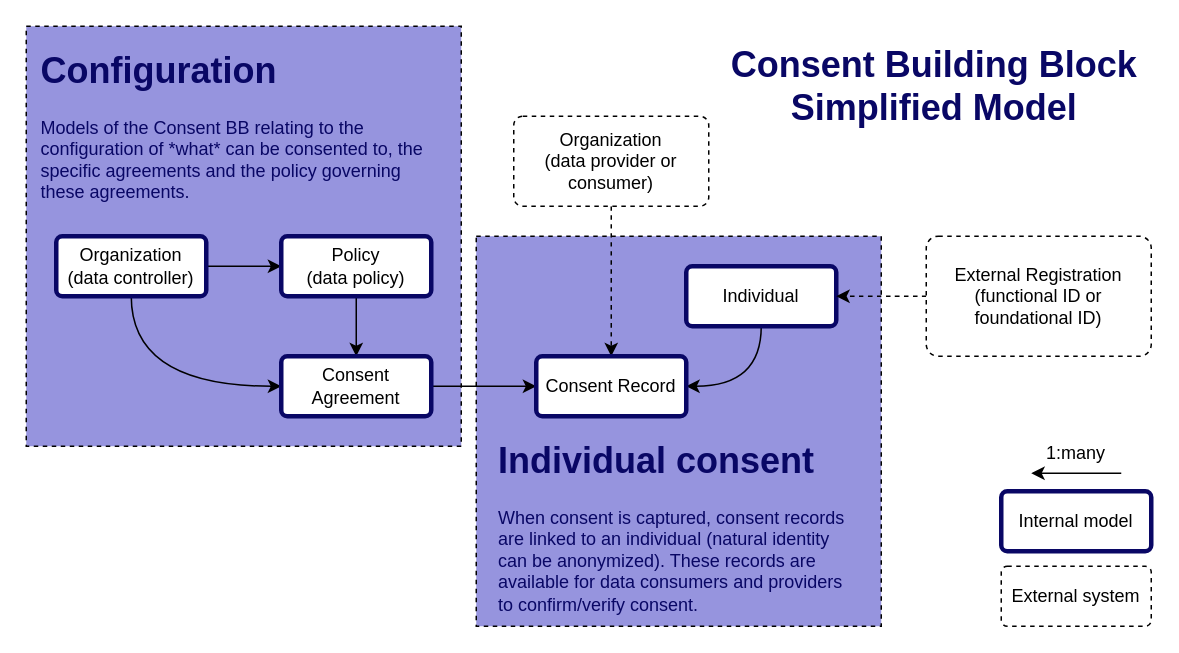
GovStackWorkingGroup/bb-consent keeps this draw.io diagram as spec/diagrams/simplified-resource-relationship-model.drawio. Above is the earlier version. Source tidied: cells renumbered, new cells numbered last; positions are measured from the earlier drawing's top-left corner, leaving out a move shared by most shapes. Both pictures are drawn from the tidied source at 150%, with x=0, y=0 at pixel (26, 26).
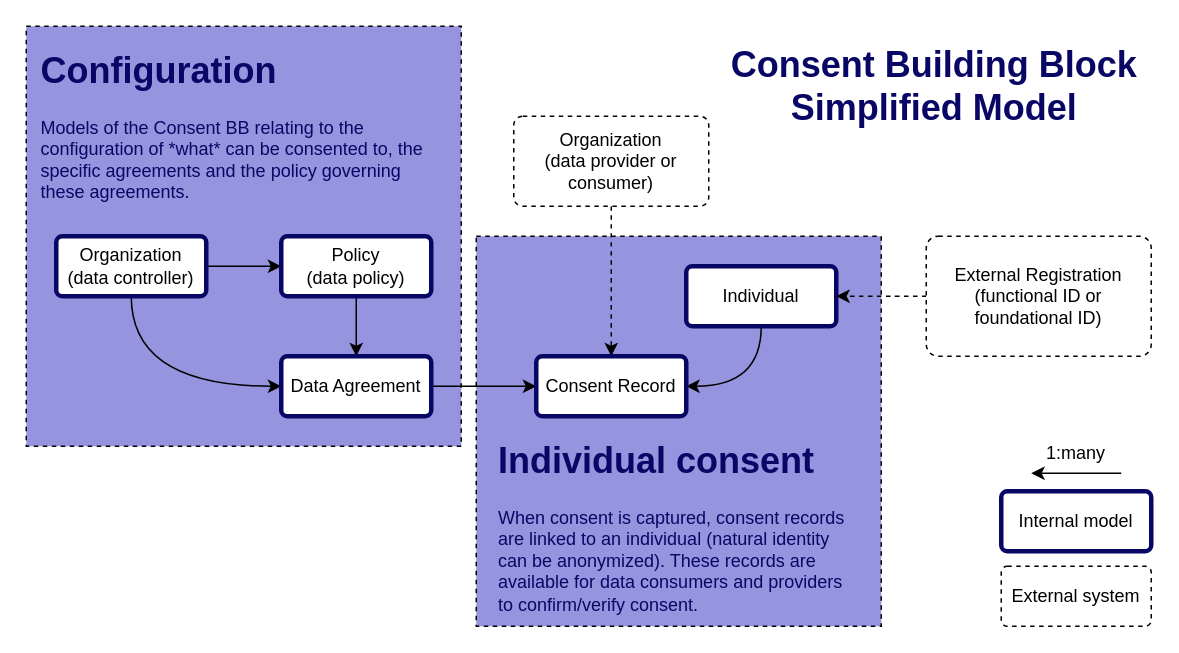
Above is the later version.

Commit message (it also covers changes not shown here):
Update diagrams, renaming "Agreement" => "Data Agreement"

What changed in the source:
```diff
@@
-    <mxCell id="10" value="Consent Agreement" style="rounded=1;arcSize=10;whiteSpace=wrap;html=1;align=center;strokeWidth=3;strokeColor=#090765;" parent="1" vertex="1">
+    <mxCell id="10" value="Data Agreement" style="rounded=1;arcSize=10;whiteSpace=wrap;html=1;align=center;strokeWidth=3;strokeColor=#090765;" parent="1" vertex="1">
       <mxGeometry x="170" y="220" width="100" height="40" as="geometry" />
     </mxCell>
```
